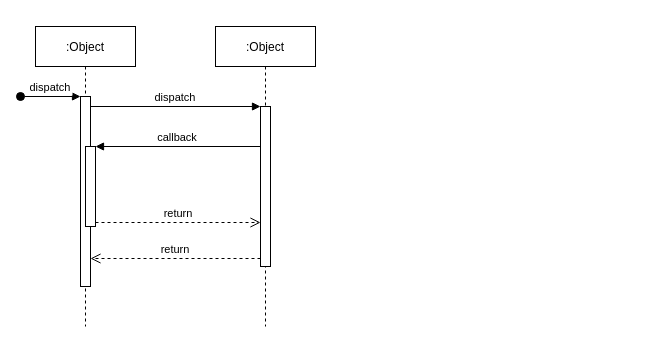
The draw.io diagram files/未命名绘图.drawio in zhilongWen/flink_, before the edit. Source tidied: cells renumbered, new cells numbered last; positions are measured from the earlier drawing's top-left corner, leaving out a move shared by most shapes. Both pictures are drawn from the tidied source at 100%, with x=0, y=0 at pixel (20, 26).
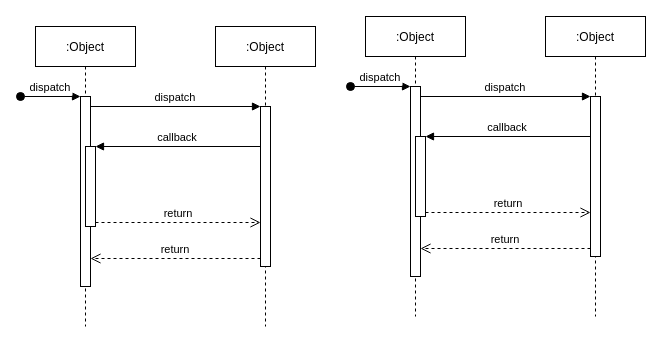
Above is the later version.

Commit message (it also covers changes not shown here):
更新未命名绘图.drawio

Change to the diagram source:
```diff
@@
+    <mxCell id="12" value=":Object" style="shape=umlLifeline;perimeter=lifelinePerimeter;rounded=0;shadow=0;strokeWidth=1;" parent="1" vertex="1">
+      <mxGeometry x="345" y="-10" width="100" height="300" as="geometry" />
+    </mxCell>
+    <mxCell id="13" style="points=[];perimeter=orthogonalPerimeter;rounded=0;shadow=0;strokeWidth=1;" parent="12" vertex="1">
+      <mxGeometry x="45" y="70" width="10" height="190" as="geometry" />
+    </mxCell>
+    <mxCell id="14" value="dispatch" style="verticalAlign=bottom;startArrow=oval;endArrow=block;startSize=8;shadow=0;strokeWidth=1;" parent="12" edge="1" target="13">
+      <mxGeometry relative="1" as="geometry">
+        <mxPoint x="-15" y="70" as="sourcePoint" />
+      </mxGeometry>
+    </mxCell>
+    <mxCell id="15" style="points=[];perimeter=orthogonalPerimeter;rounded=0;shadow=0;strokeWidth=1;" parent="12" vertex="1">
+      <mxGeometry x="50" y="120" width="10" height="80" as="geometry" />
+    </mxCell>
+    <mxCell id="16" value=":Object" style="shape=umlLifeline;perimeter=lifelinePerimeter;rounded=0;shadow=0;strokeWidth=1;" parent="1" vertex="1">
+      <mxGeometry x="525" y="-10" width="100" height="300" as="geometry" />
+    </mxCell>
+    <mxCell id="17" style="points=[];perimeter=orthogonalPerimeter;rounded=0;shadow=0;strokeWidth=1;" parent="16" vertex="1">
+      <mxGeometry x="45" y="80" width="10" height="160" as="geometry" />
+    </mxCell>
+    <mxCell id="18" value="return" style="verticalAlign=bottom;endArrow=open;dashed=1;endSize=8;exitX=0;exitY=0.95;shadow=0;strokeWidth=1;" parent="1" edge="1" source="17" target="13">
+      <mxGeometry relative="1" as="geometry" />
+    </mxCell>
+    <mxCell id="19" value="dispatch" style="verticalAlign=bottom;endArrow=block;entryX=0;entryY=0;shadow=0;strokeWidth=1;" parent="1" edge="1" source="13" target="17">
+      <mxGeometry relative="1" as="geometry" />
+    </mxCell>
+    <mxCell id="20" value="callback" style="verticalAlign=bottom;endArrow=block;entryX=1;entryY=0;shadow=0;strokeWidth=1;" parent="1" edge="1" source="17" target="15">
+      <mxGeometry relative="1" as="geometry" />
+    </mxCell>
+    <mxCell id="21" value="return" style="verticalAlign=bottom;endArrow=open;dashed=1;endSize=8;exitX=1;exitY=0.95;shadow=0;strokeWidth=1;" parent="1" edge="1" source="15" target="17">
+      <mxGeometry relative="1" as="geometry" />
+    </mxCell>
```
